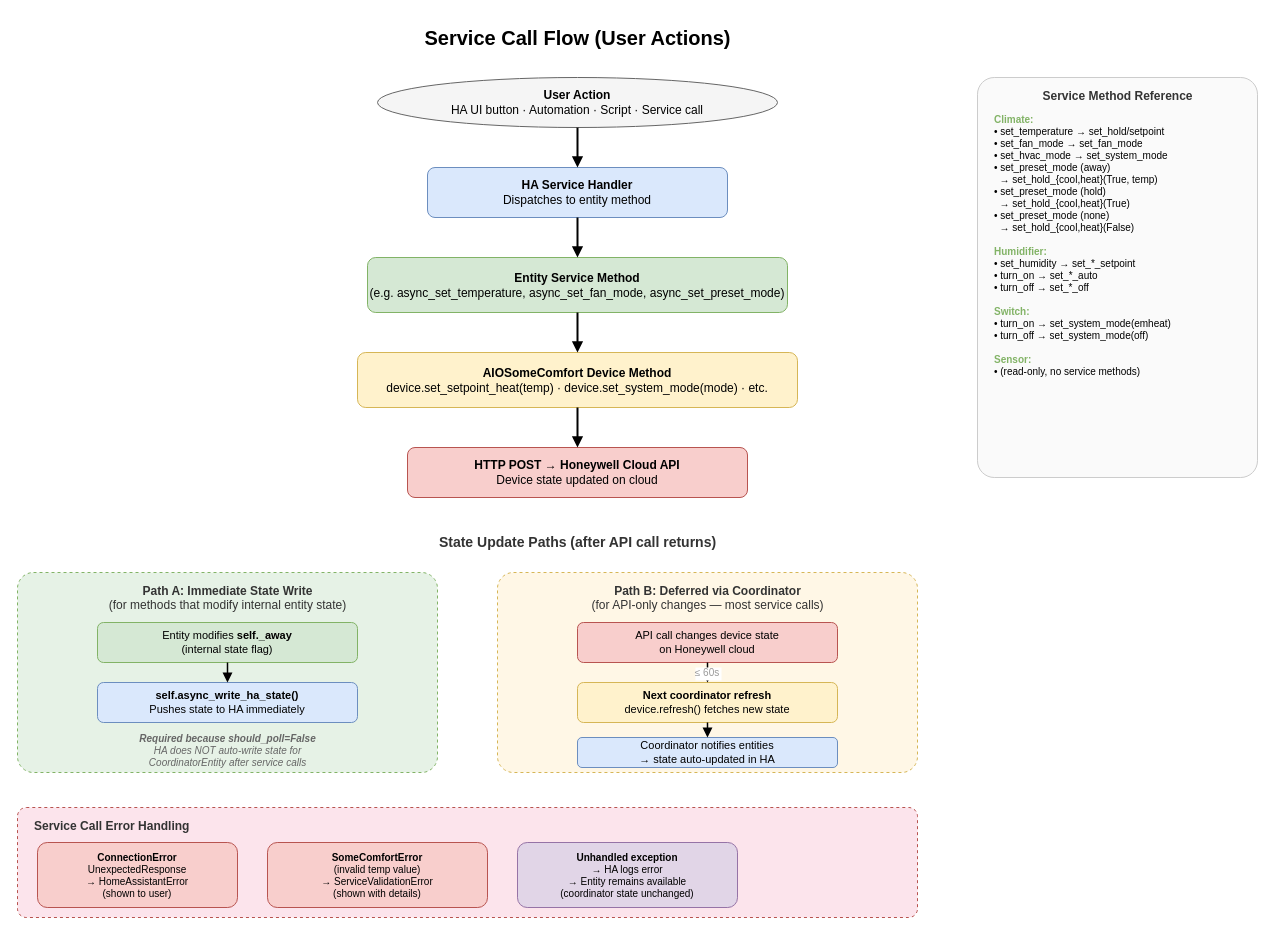
This is page "Service Call Flow" (3 of 5) of docs/honeywell-architecture.drawio from nabbi/ha-honeywell, a draw.io file, before an edit. Source tidied: cells renumbered, new cells numbered last; positions are measured from the earlier drawing's top-left corner, leaving out a move shared by most shapes. Both pictures are drawn from the tidied source at 100%, with x=0, y=0 at pixel (17, 17).
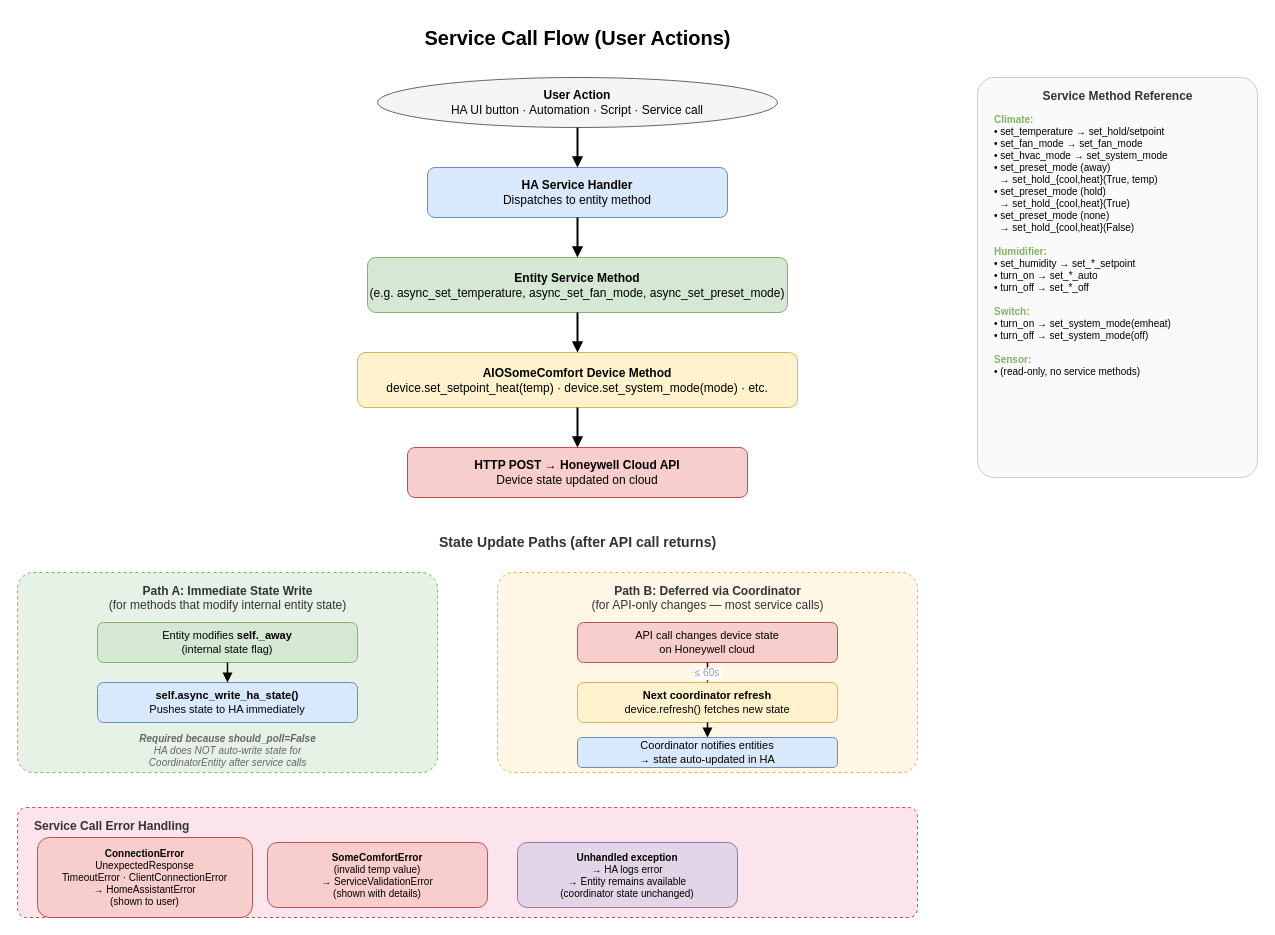
The same page after the edit.

Diff of the diagram source:
```diff
@@
-    <mxCell id="28" value="&lt;b&gt;ConnectionError&lt;/b&gt;&lt;br&gt;UnexpectedResponse&lt;br&gt;→ HomeAssistantError&lt;br&gt;(shown to user)" style="rounded=1;whiteSpace=wrap;html=1;fillColor=#f8cecc;strokeColor=#b85450;fontSize=10;" parent="1" vertex="1">
-      <mxGeometry x="20" y="825" width="200" height="65" as="geometry" />
+    <mxCell id="28" value="&lt;b&gt;ConnectionError&lt;/b&gt;&lt;br&gt;UnexpectedResponse&lt;br&gt;TimeoutError · ClientConnectionError&lt;br&gt;→ HomeAssistantError&lt;br&gt;(shown to user)" style="rounded=1;whiteSpace=wrap;html=1;fillColor=#f8cecc;strokeColor=#b85450;fontSize=10;" parent="1" vertex="1">
+      <mxGeometry x="20" y="820" width="215" height="80" as="geometry" />
     </mxCell>
```
